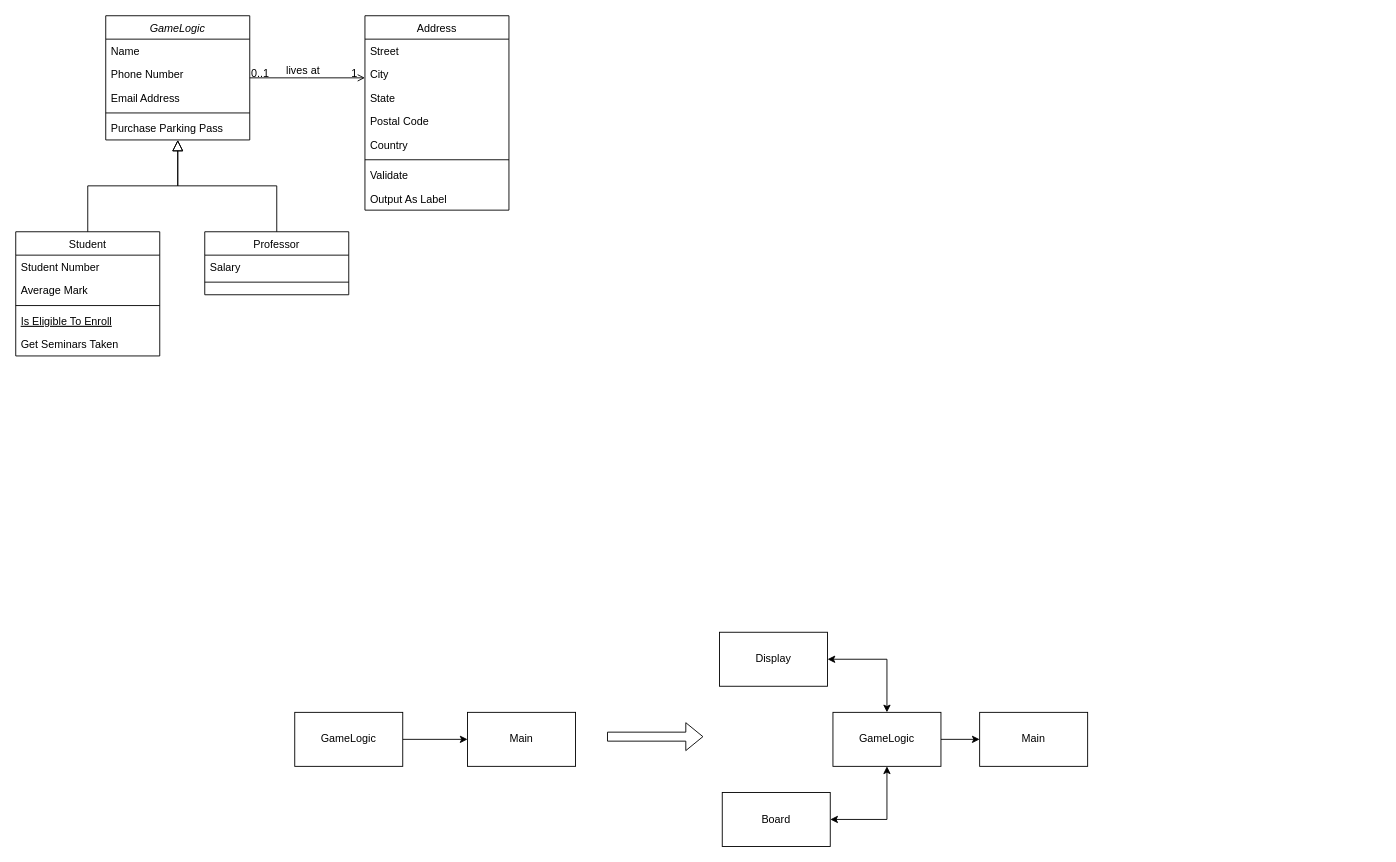
Earlier version of the draw.io diagram Untitled Diagram.drawio (karim-daw/connect4-game). Source tidied: cells renumbered, new cells numbered last; positions are measured from the earlier drawing's top-left corner, leaving out a move shared by most shapes. Both pictures are drawn from the tidied source at 90%, with x=0, y=0 at pixel (15, 15).
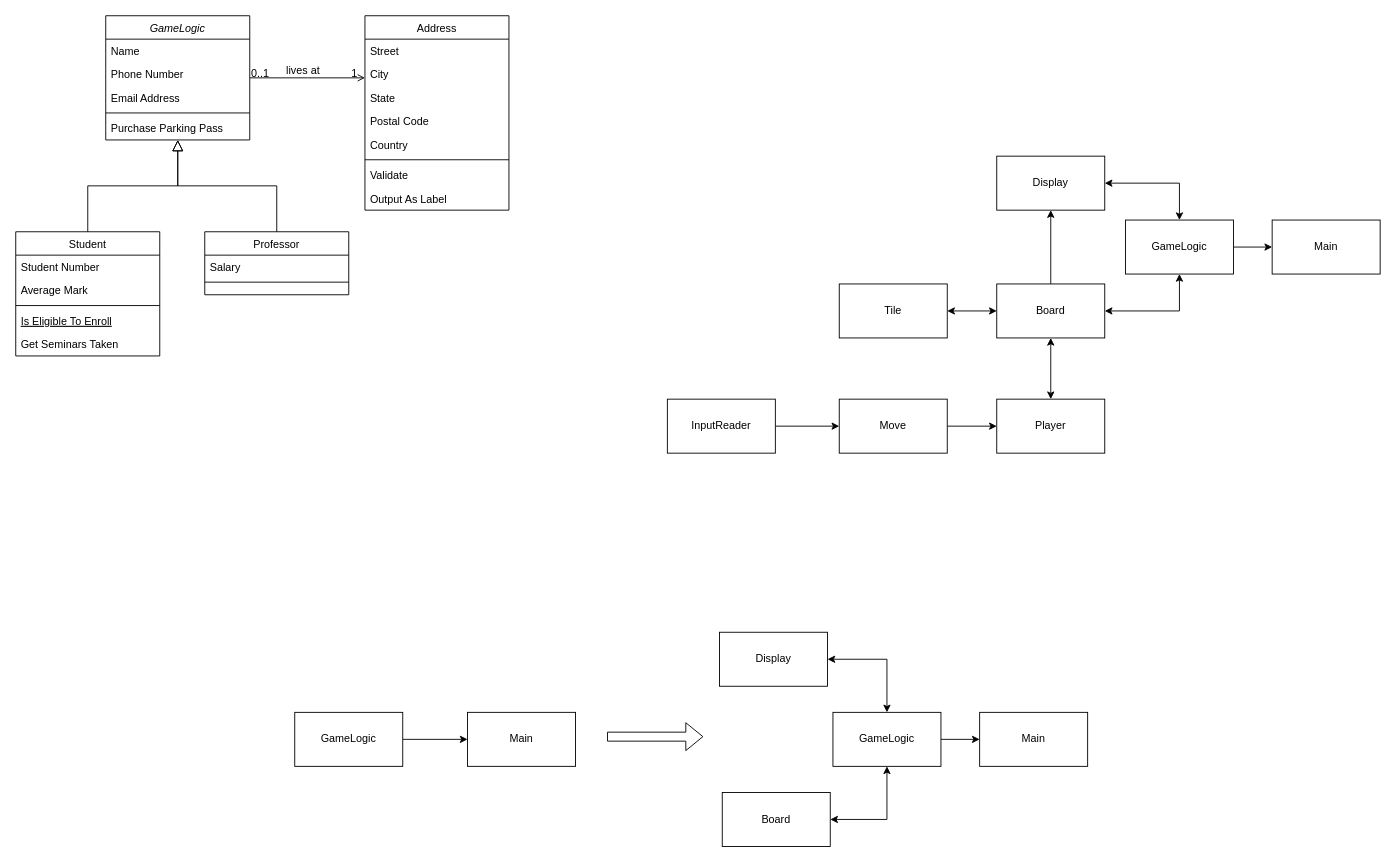
The same page after the edit.

Change to the diagram source:
```diff
@@
+    <mxCell id="43" style="edgeStyle=orthogonalEdgeStyle;rounded=0;jettySize=auto;html=1;" parent="1" edge="1" source="45" target="50">
+      <mxGeometry relative="1" as="geometry" />
+    </mxCell>
+    <mxCell id="44" style="edgeStyle=orthogonalEdgeStyle;rounded=0;jettySize=auto;html=1;exitX=0.5;exitY=1;exitDx=0;exitDy=0;entryX=1;entryY=0.5;entryDx=0;entryDy=0;startArrow=classic;startFill=1;" parent="1" edge="1" source="45" target="49">
+      <mxGeometry relative="1" as="geometry" />
+    </mxCell>
+    <mxCell id="45" value="GameLogic" style="rounded=0;whiteSpace=wrap;html=1;" parent="1" vertex="1">
+      <mxGeometry x="1233" y="227" width="120" height="60" as="geometry" />
+    </mxCell>
+    <mxCell id="46" style="edgeStyle=orthogonalEdgeStyle;rounded=0;jettySize=auto;html=1;exitX=1;exitY=0.5;exitDx=0;exitDy=0;startArrow=classic;startFill=1;" parent="1" edge="1" source="47" target="45">
+      <mxGeometry relative="1" as="geometry" />
+    </mxCell>
+    <mxCell id="47" value="Display" style="rounded=0;whiteSpace=wrap;html=1;" parent="1" vertex="1">
+      <mxGeometry x="1090" y="156" width="120" height="60" as="geometry" />
+    </mxCell>
+    <mxCell id="48" style="edgeStyle=orthogonalEdgeStyle;rounded=0;jettySize=auto;html=1;exitX=0.5;exitY=0;exitDx=0;exitDy=0;entryX=0.5;entryY=1;entryDx=0;entryDy=0;startArrow=none;startFill=0;" parent="1" edge="1" source="49" target="47">
+      <mxGeometry relative="1" as="geometry" />
+    </mxCell>
+    <mxCell id="49" value="Board" style="rounded=0;whiteSpace=wrap;html=1;" parent="1" vertex="1">
+      <mxGeometry x="1090" y="298" width="120" height="60" as="geometry" />
+    </mxCell>
+    <mxCell id="50" value="Main" style="whiteSpace=wrap;html=1;rounded=0;" parent="1" vertex="1">
+      <mxGeometry x="1396" y="227" width="120" height="60" as="geometry" />
+    </mxCell>
+    <mxCell id="51" style="edgeStyle=orthogonalEdgeStyle;rounded=0;jettySize=auto;html=1;exitX=0.5;exitY=0;exitDx=0;exitDy=0;entryX=0.5;entryY=1;entryDx=0;entryDy=0;startArrow=classic;startFill=1;" parent="1" edge="1" source="52" target="49">
+      <mxGeometry relative="1" as="geometry" />
+    </mxCell>
+    <mxCell id="52" value="Player" style="rounded=0;whiteSpace=wrap;html=1;" parent="1" vertex="1">
+      <mxGeometry x="1090" y="426" width="120" height="60" as="geometry" />
+    </mxCell>
+    <mxCell id="53" style="edgeStyle=orthogonalEdgeStyle;rounded=0;jettySize=auto;html=1;exitX=1;exitY=0.5;exitDx=0;exitDy=0;startArrow=classic;startFill=1;" parent="1" edge="1" source="54" target="49">
+      <mxGeometry relative="1" as="geometry" />
+    </mxCell>
+    <mxCell id="54" value="Tile" style="rounded=0;whiteSpace=wrap;html=1;" parent="1" vertex="1">
+      <mxGeometry x="915" y="298" width="120" height="60" as="geometry" />
+    </mxCell>
+    <mxCell id="55" style="edgeStyle=orthogonalEdgeStyle;rounded=0;jettySize=auto;html=1;exitX=1;exitY=0.5;exitDx=0;exitDy=0;entryX=0;entryY=0.5;entryDx=0;entryDy=0;startArrow=none;startFill=0;" parent="1" edge="1" source="56" target="52">
+      <mxGeometry relative="1" as="geometry" />
+    </mxCell>
+    <mxCell id="56" value="Move" style="rounded=0;whiteSpace=wrap;html=1;" parent="1" vertex="1">
+      <mxGeometry x="915" y="426" width="120" height="60" as="geometry" />
+    </mxCell>
+    <mxCell id="57" style="edgeStyle=orthogonalEdgeStyle;rounded=0;jettySize=auto;html=1;exitX=1;exitY=0.5;exitDx=0;exitDy=0;entryX=0;entryY=0.5;entryDx=0;entryDy=0;startArrow=none;startFill=0;" parent="1" edge="1" source="58" target="56">
+      <mxGeometry relative="1" as="geometry" />
+    </mxCell>
+    <mxCell id="58" value="InputReader" style="rounded=0;whiteSpace=wrap;html=1;" parent="1" vertex="1">
+      <mxGeometry x="724" y="426" width="120" height="60" as="geometry" />
+    </mxCell>
```
